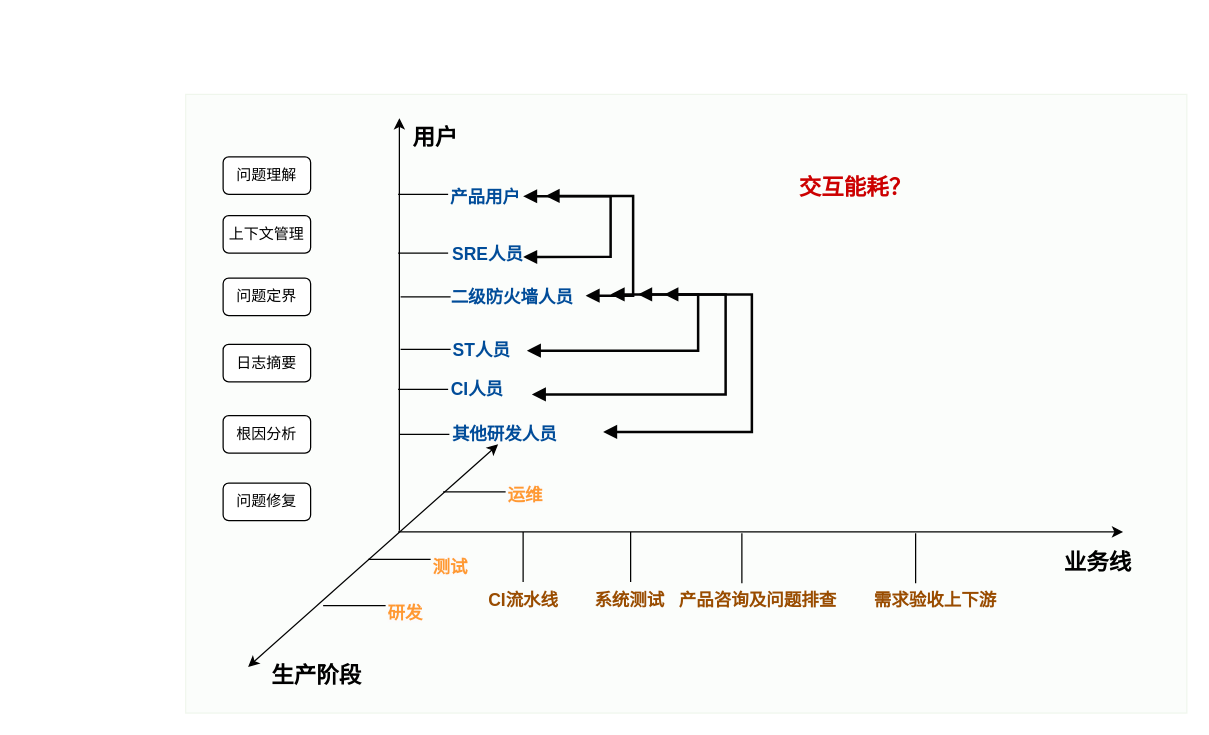
This is page "交互能耗" (2 of 3) of AIOps.drawio from QianqianLu-Dev/Learning-Note, a draw.io file, before an edit. Source tidied: cells renumbered, new cells numbered last; positions are measured from the earlier drawing's top-left corner, leaving out a move shared by most shapes. Both pictures are drawn from the tidied source at 125%, with x=0, y=0 at pixel (185, 94).
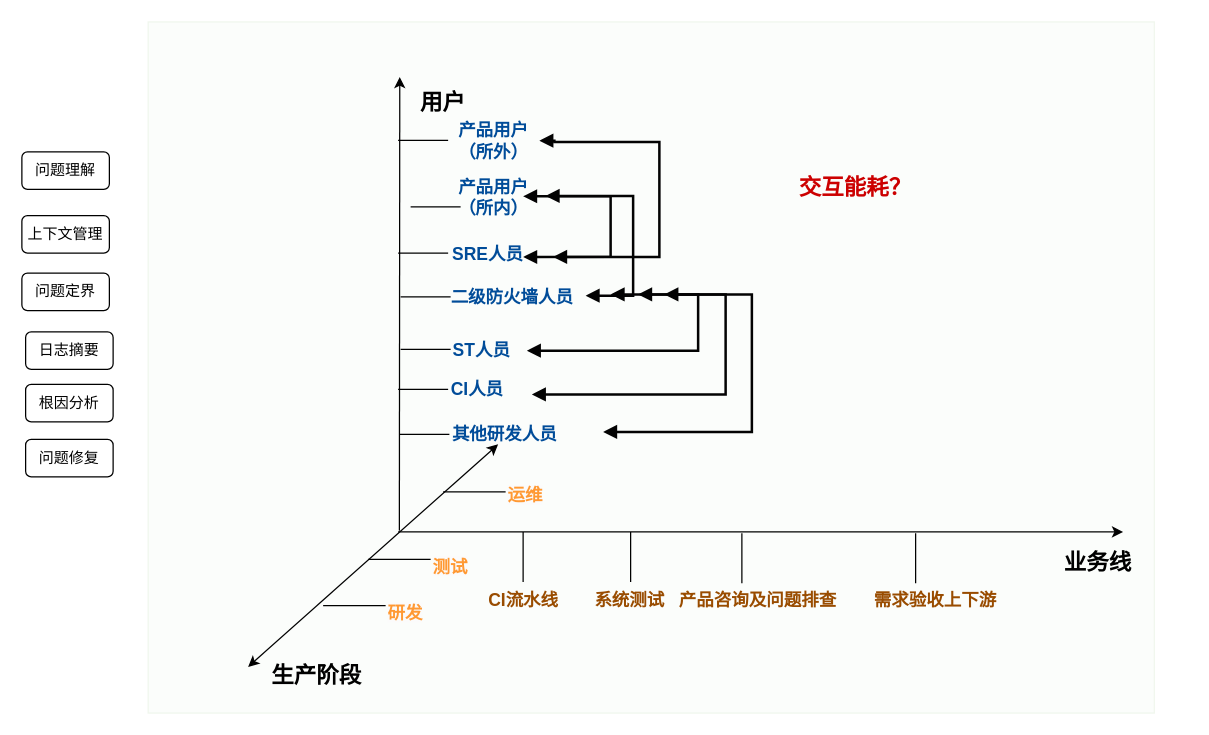
The same diagram, later.

What changed in the source:
```diff
@@
     <mxCell id="2" style="rounded=0;whiteSpace=wrap;html=1;textOpacity=20;opacity=10;fillColor=#d5e8d4;strokeColor=#82b366;" parent="1" vertex="1">
-      <mxGeometry width="801" height="495" as="geometry" />
+      <mxGeometry x="-30" y="-58" width="805" height="553" as="geometry" />
     </mxCell>
@@
-    <mxCell id="4" style="endArrow=classic;html=1;rounded=0;" parent="1" edge="1">
+    <mxCell id="4" style="endArrow=classic;html=1;rounded=0;entryX=-0.078;entryY=-0.195;entryDx=0;entryDy=0;entryPerimeter=0;" parent="1" edge="1" target="6">
       <mxGeometry relative="1" as="geometry">
         <mxPoint x="171" y="349" as="sourcePoint" />
-        <mxPoint x="171" y="19" as="targetPoint" />
       </mxGeometry>
     </mxCell>
@@
     <mxCell id="6" value="用户" style="text;html=1;align=center;verticalAlign=middle;whiteSpace=wrap;rounded=0;fontSize=18;fontStyle=1;" parent="1" vertex="1">
-      <mxGeometry x="170" y="20" width="60" height="30" as="geometry" />
+      <mxGeometry x="176" y="-8" width="60" height="30" as="geometry" />
     </mxCell>
@@
     <mxCell id="9" style="endArrow=none;html=1;rounded=0;" parent="1" edge="1">
       <mxGeometry relative="1" as="geometry">
-        <mxPoint x="170" y="80" as="sourcePoint" />
-        <mxPoint x="210" y="80" as="targetPoint" />
+        <mxPoint x="170" y="36.7" as="sourcePoint" />
+        <mxPoint x="210" y="36.7" as="targetPoint" />
       </mxGeometry>
     </mxCell>
-    <mxCell id="10" value="产品用户" style="text;html=1;align=center;verticalAlign=middle;whiteSpace=wrap;rounded=0;fontSize=14;fontColor=#004C99;fontStyle=1;" parent="1" vertex="1">
-      <mxGeometry x="210" y="67" width="60" height="30" as="geometry" />
+    <mxCell id="10" value="产品用户（所内）" style="text;html=1;align=center;verticalAlign=middle;whiteSpace=wrap;rounded=0;fontSize=14;fontColor=#004C99;fontStyle=1;" parent="1" vertex="1">
+      <mxGeometry x="210" y="67" width="73" height="30" as="geometry" />
     </mxCell>
@@
     <mxCell id="41" value="问题理解" style="rounded=1;whiteSpace=wrap;html=1;" parent="1" vertex="1">
-      <mxGeometry x="30" y="50" width="70" height="30" as="geometry" />
+      <mxGeometry x="-131" y="46" width="70" height="30" as="geometry" />
     </mxCell>
     <mxCell id="42" value="上下文管理" style="rounded=1;whiteSpace=wrap;html=1;" parent="1" vertex="1">
-      <mxGeometry x="30" y="97" width="70" height="30" as="geometry" />
+      <mxGeometry x="-131" y="97" width="70" height="30" as="geometry" />
     </mxCell>
     <mxCell id="43" value="问题定界" style="rounded=1;whiteSpace=wrap;html=1;" parent="1" vertex="1">
-      <mxGeometry x="30" y="147" width="70" height="30" as="geometry" />
+      <mxGeometry x="-131" y="143" width="70" height="30" as="geometry" />
     </mxCell>
     <mxCell id="44" value="日志摘要" style="rounded=1;whiteSpace=wrap;html=1;" parent="1" vertex="1">
-      <mxGeometry x="30" y="200" width="70" height="30" as="geometry" />
+      <mxGeometry x="-128" y="190" width="70" height="30" as="geometry" />
     </mxCell>
     <mxCell id="45" value="根因分析" style="rounded=1;whiteSpace=wrap;html=1;" parent="1" vertex="1">
-      <mxGeometry x="30" y="257" width="70" height="30" as="geometry" />
+      <mxGeometry x="-128" y="232" width="70" height="30" as="geometry" />
     </mxCell>
     <mxCell id="46" value="问题修复" style="rounded=1;whiteSpace=wrap;html=1;" parent="1" vertex="1">
-      <mxGeometry x="30" y="311" width="70" height="30" as="geometry" />
+      <mxGeometry x="-128" y="276" width="70" height="30" as="geometry" />
     </mxCell>
+    <mxCell id="47" value="产品用户（所外）" style="text;html=1;align=center;verticalAlign=middle;whiteSpace=wrap;rounded=0;fontSize=14;fontColor=#004C99;fontStyle=1;" parent="1" vertex="1">
+      <mxGeometry x="210" y="22" width="73" height="30" as="geometry" />
+    </mxCell>
+    <mxCell id="48" style="endArrow=none;html=1;rounded=0;" parent="1" edge="1">
+      <mxGeometry relative="1" as="geometry">
+        <mxPoint x="180" y="90" as="sourcePoint" />
+        <mxPoint x="220" y="90" as="targetPoint" />
+      </mxGeometry>
+    </mxCell>
+    <mxCell id="49" style="edgeStyle=orthogonalEdgeStyle;html=1;endArrow=block;elbow=vertical;startArrow=block;startFill=1;endFill=1;strokeColor=#030303;rounded=0;strokeWidth=2;exitX=1;exitY=0.5;exitDx=0;exitDy=0;" parent="1" edge="1" source="47">
+      <mxGeometry relative="1" as="geometry">
+        <mxPoint x="294" y="130" as="targetPoint" />
+        <Array as="points">
+          <mxPoint x="295" y="37" />
+          <mxPoint x="295" y="38" />
+          <mxPoint x="379" y="38" />
+          <mxPoint x="379" y="130" />
+        </Array>
+      </mxGeometry>
+    </mxCell>
```
